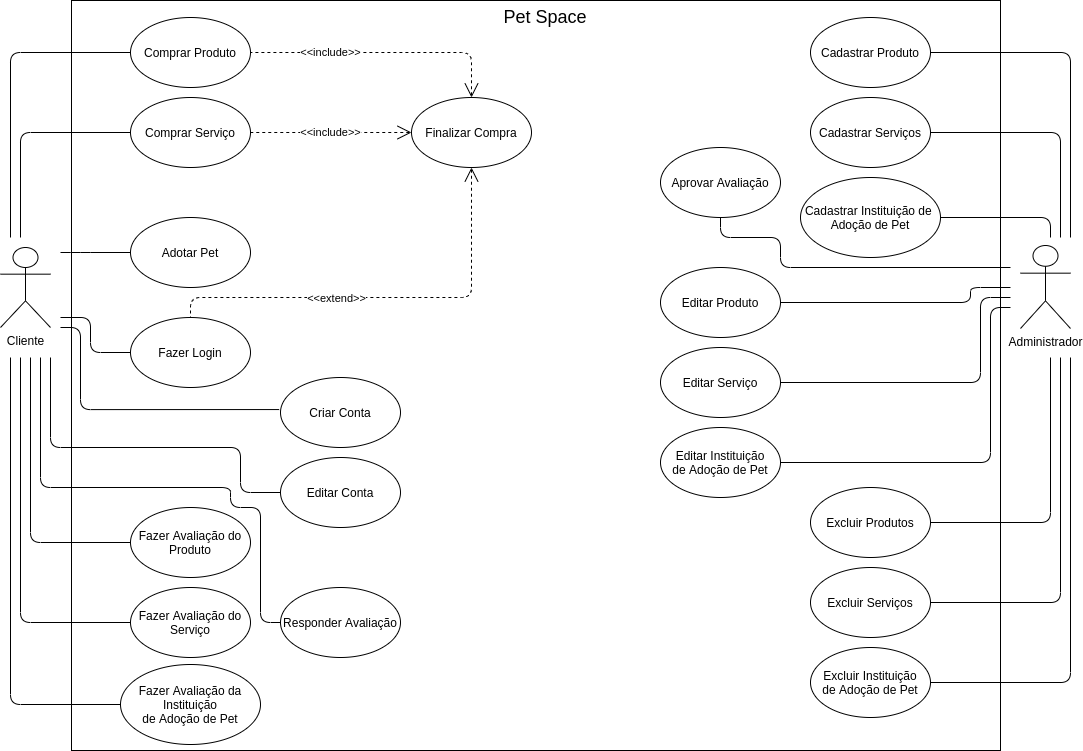
Before: images/Use-case.png, a diagram exported from draw.io (Bruno-Felix/REQ-2020.2-PetSpace). Source tidied: cells renumbered, new cells last; positions are measured from the earlier drawing's top-left corner, leaving out a move shared by most shapes.
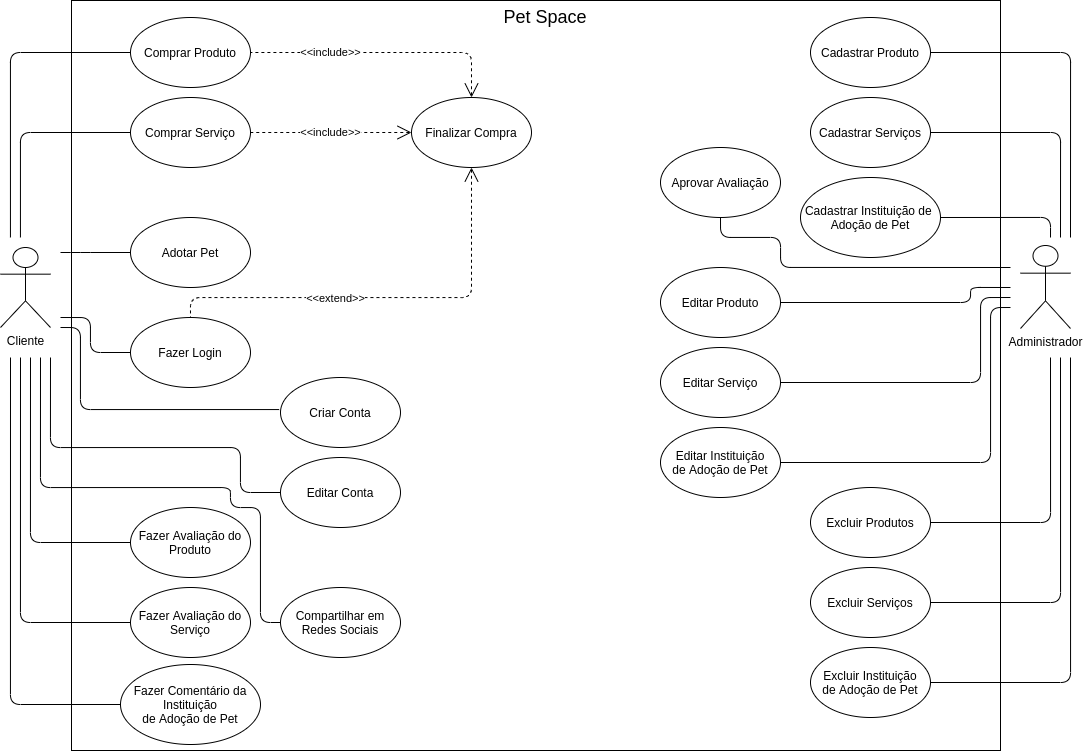
The same diagram one commit later.

Commit message:
Atualizando diagrama

The edit, as a diff of the source:
```diff
@@ -232,7 +232,7 @@
         </Array>
       </mxGeometry>
     </mxCell>
-    <mxCell id="44" value="Fazer Avaliação da Instituição&lt;br&gt;de Adoção&amp;nbsp;de Pet" style="ellipse;whiteSpace=wrap;html=1;" parent="1" vertex="1">
+    <mxCell id="44" value="Fazer Comentário da Instituição&lt;br&gt;de Adoção&amp;nbsp;de Pet" style="ellipse;whiteSpace=wrap;html=1;" parent="1" vertex="1">
       <mxGeometry x="120" y="664" width="140" height="80" as="geometry" />
     </mxCell>
     <mxCell id="45" style="edgeStyle=orthogonalEdgeStyle;rounded=1;jettySize=auto;html=1;endArrow=none;endFill=0;exitX=0.5;exitY=1;exitDx=0;exitDy=0;" parent="1" edge="1" source="46">
@@ -273,7 +273,7 @@
         </Array>
       </mxGeometry>
     </mxCell>
-    <mxCell id="50" value="Responder Avaliação" style="ellipse;whiteSpace=wrap;html=1;" parent="1" vertex="1">
+    <mxCell id="50" value="Compartilhar em Redes Sociais" style="ellipse;whiteSpace=wrap;html=1;" parent="1" vertex="1">
       <mxGeometry x="280" y="587" width="120" height="70" as="geometry" />
     </mxCell>
   </root>
```
